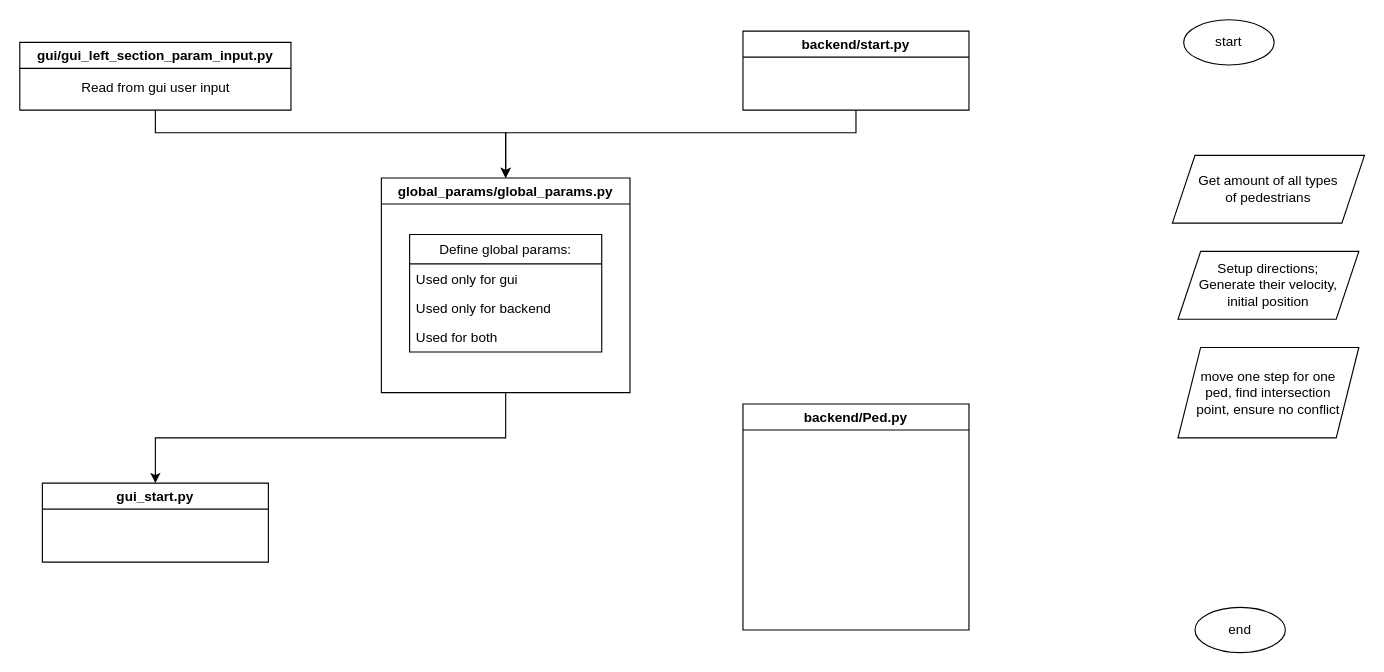
Above: doc/structure.drawio in DayuanTan/PedestriansCrossingStreetSimulation (draw.io), before the change. Source tidied: cells renumbered, new cells numbered last; positions are measured from the earlier drawing's top-left corner, leaving out a move shared by most shapes. Both pictures are drawn from the tidied source at 113%, with x=0, y=0 at pixel (19, 19).
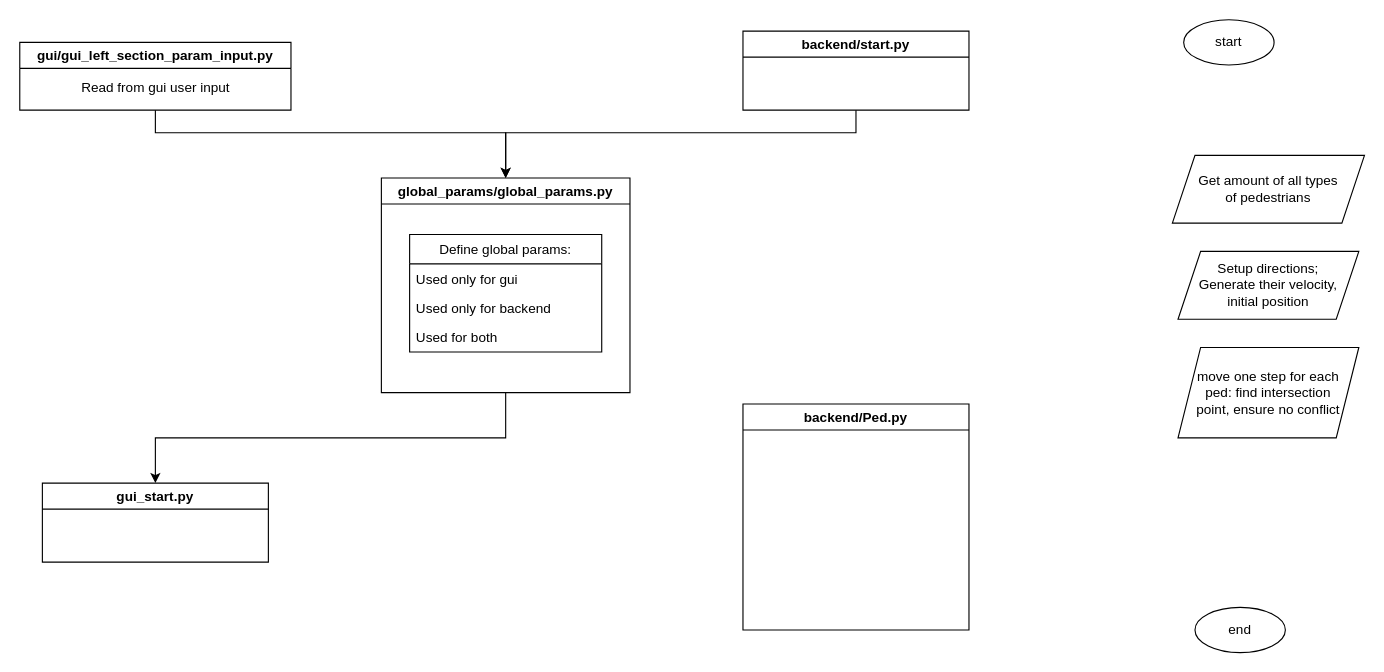
After the change.

Commit message (it also covers changes not shown here):
update Ped.is inside crosswalk

Change to the diagram source:
```diff
@@
-    <mxCell id="19" value="move one step for one &lt;br&gt;ped, find intersection &lt;br&gt;point, ensure no conflict" style="shape=parallelogram;perimeter=parallelogramPerimeter;whiteSpace=wrap;html=1;fixedSize=1;" parent="1" vertex="1">
+    <mxCell id="19" value="move one step for each&lt;br&gt;ped: find intersection &lt;br&gt;point, ensure no conflict" style="shape=parallelogram;perimeter=parallelogramPerimeter;whiteSpace=wrap;html=1;fixedSize=1;" parent="1" vertex="1">
       <mxGeometry x="1025" y="290" width="160" height="80" as="geometry" />
     </mxCell>
```
